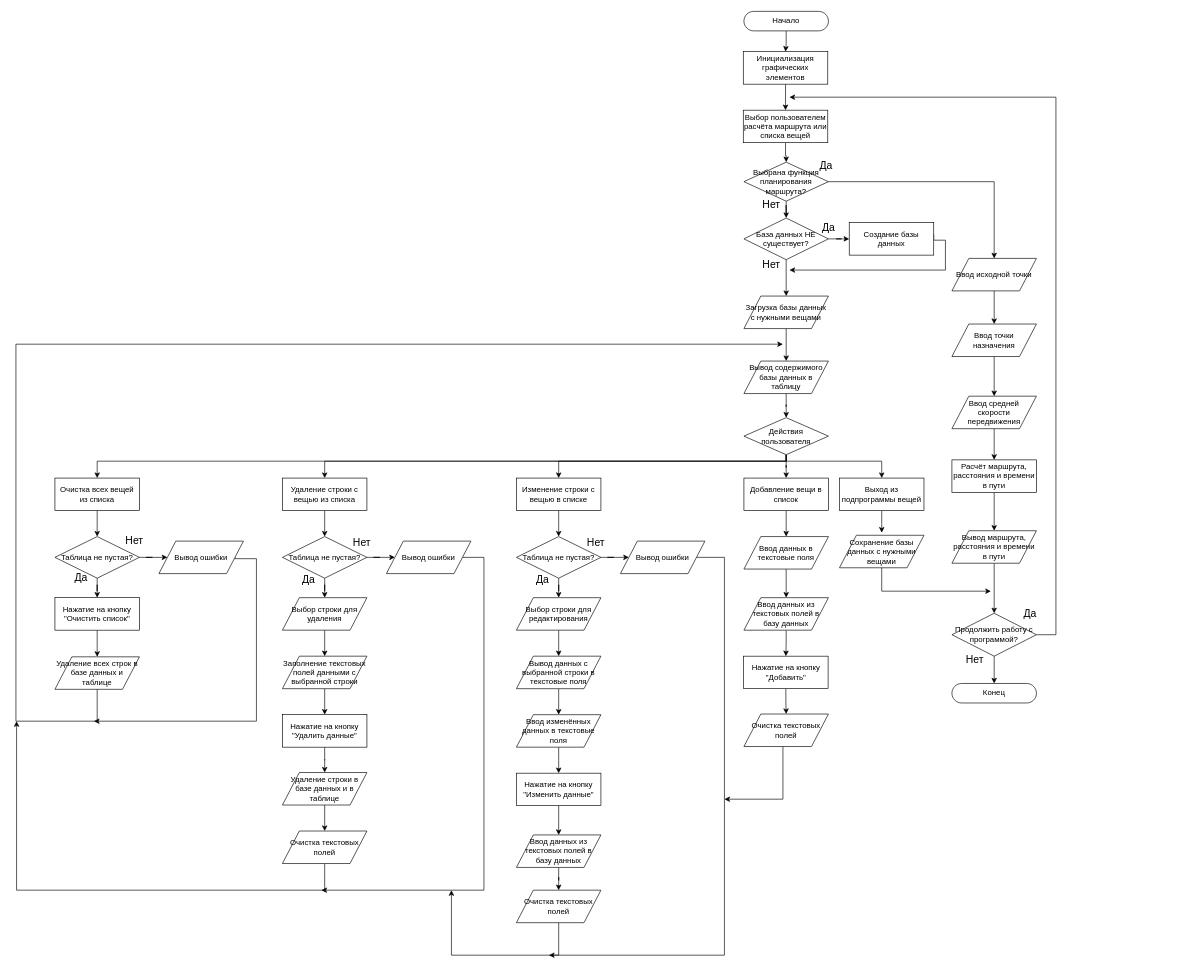
Earlier version of the draw.io diagram diagrams/TravelPlanningAppSusloparov.drawio (suslegger/PracticeTravelPlanningApp). Source tidied: cells renumbered, new cells numbered last; positions are measured from the earlier drawing's top-left corner, leaving out a move shared by most shapes. Both pictures are drawn from the tidied source at 65%, with x=0, y=0 at pixel (16, 11).
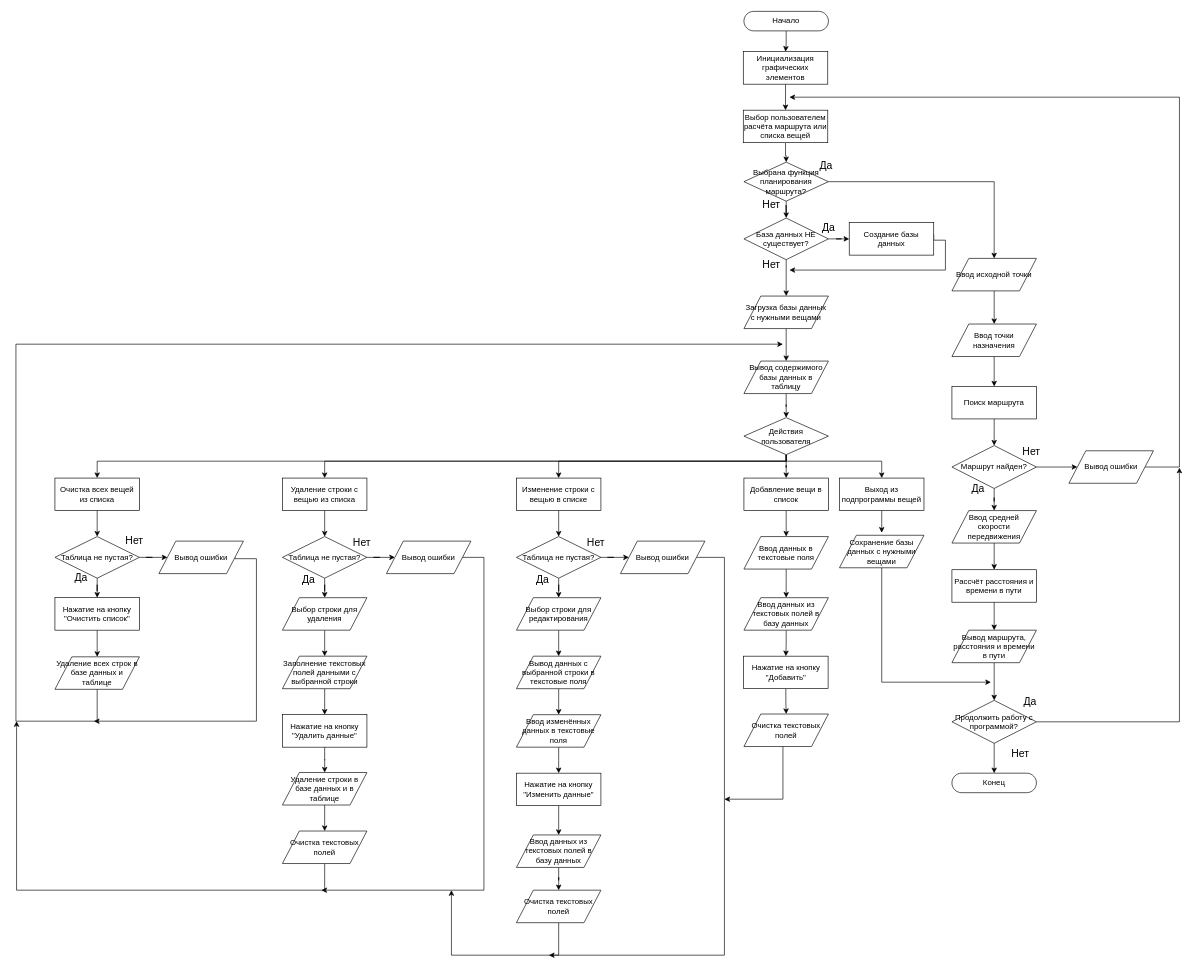
The same page after the edit.

Unchanged cells that the change refers to:
```xml
<mxCell id="7" value="Ввод точки назначения" style="shape=parallelogram;perimeter=parallelogramPerimeter;whiteSpace=wrap;html=1;dashed=0;" parent="1" vertex="1">
  <mxGeometry x="1440" y="481" width="130" height="50" as="geometry" />
</mxCell>
<mxCell id="112" value="Сохранение базы данных с нужными вещами" style="shape=parallelogram;perimeter=parallelogramPerimeter;whiteSpace=wrap;html=1;dashed=0;" parent="1" vertex="1">
  <mxGeometry x="1267" y="806" width="130" height="50" as="geometry" />
</mxCell>
```

The edit, as a diff of the source:
```diff
@@
-    <mxCell id="6" style="edgeStyle=orthogonalEdgeStyle;rounded=0;jettySize=auto;html=1;" parent="1" edge="1" source="7" target="11">
-      <mxGeometry relative="1" as="geometry" />
-    </mxCell>
+    <mxCell id="113" style="edgeStyle=orthogonalEdgeStyle;rounded=0;jettySize=auto;html=1;" parent="1" edge="1" source="7" target="13">
+      <mxGeometry relative="1" as="geometry" />
+    </mxCell>
@@
-    <mxCell id="10" style="edgeStyle=orthogonalEdgeStyle;rounded=0;jettySize=auto;html=1;" parent="1" edge="1" source="11" target="13">
-      <mxGeometry relative="1" as="geometry" />
-    </mxCell>
-    <mxCell id="11" value="Ввод средней скорости передвижения" style="shape=parallelogram;perimeter=parallelogramPerimeter;whiteSpace=wrap;html=1;dashed=0;" parent="1" vertex="1">
-      <mxGeometry x="1440" y="592" width="130" height="50" as="geometry" />
-    </mxCell>
-    <mxCell id="12" style="edgeStyle=orthogonalEdgeStyle;rounded=0;jettySize=auto;html=1;" parent="1" edge="1" source="13" target="15">
-      <mxGeometry relative="1" as="geometry" />
-    </mxCell>
+    <mxCell id="114" style="edgeStyle=orthogonalEdgeStyle;rounded=0;jettySize=auto;html=1;" parent="1" edge="1" source="13" target="119">
+      <mxGeometry relative="1" as="geometry" />
+    </mxCell>
-    <mxCell id="13" value="Расчёт маршрута, расстояния и времени в пути" style="html=1;dashed=0;whiteSpace=wrap;" parent="1" vertex="1">
-      <mxGeometry x="1440" y="690" width="130" height="50" as="geometry" />
+    <mxCell id="13" value="Поиск маршрута" style="html=1;dashed=0;whiteSpace=wrap;" parent="1" vertex="1">
+      <mxGeometry x="1440" y="577" width="130" height="50" as="geometry" />
     </mxCell>
-    <mxCell id="14" style="edgeStyle=orthogonalEdgeStyle;rounded=0;jettySize=auto;html=1;" parent="1" edge="1" source="15" target="17">
+    <mxCell id="14" style="edgeStyle=orthogonalEdgeStyle;rounded=0;jettySize=auto;html=1;entryX=0.5;entryY=0;entryDx=0;entryDy=0;" parent="1" edge="1" source="15" target="17">
       <mxGeometry relative="1" as="geometry" />
     </mxCell>
     <mxCell id="15" value="Вывод&amp;nbsp;маршрута, расстояния и времени в пути" style="shape=parallelogram;perimeter=parallelogramPerimeter;whiteSpace=wrap;html=1;dashed=0;" parent="1" vertex="1">
-      <mxGeometry x="1440" y="799" width="130" height="50" as="geometry" />
+      <mxGeometry x="1440" y="952" width="130" height="50" as="geometry" />
     </mxCell>
-    <mxCell id="16" style="edgeStyle=orthogonalEdgeStyle;rounded=0;jettySize=auto;html=1;exitX=1;exitY=0.5;exitDx=0;exitDy=0;" parent="1" edge="1" source="17">
-      <mxGeometry relative="1" as="geometry">
-        <mxPoint x="1190" y="132" as="targetPoint" />
-        <Array as="points">
-          <mxPoint x="1600" y="959" />
-          <mxPoint x="1600" y="132" />
-        </Array>
-      </mxGeometry>
-    </mxCell>
+    <mxCell id="115" style="edgeStyle=orthogonalEdgeStyle;rounded=0;jettySize=auto;html=1;" parent="1" edge="1" source="17">
+      <mxGeometry relative="1" as="geometry">
+        <mxPoint x="1790" y="702" as="targetPoint" />
+        <Array as="points">
+          <mxPoint x="1790" y="1093" />
+          <mxPoint x="1790" y="702" />
+        </Array>
+      </mxGeometry>
+    </mxCell>
     <mxCell id="17" value="Продолжить работу с программой?" style="shape=rhombus;html=1;dashed=0;whiteSpace=wrap;perimeter=rhombusPerimeter;" parent="1" vertex="1">
-      <mxGeometry x="1440" y="926" width="130" height="66" as="geometry" />
+      <mxGeometry x="1440" y="1060" width="130" height="66" as="geometry" />
     </mxCell>
     <mxCell id="18" value="Конец" style="html=1;dashed=0;whiteSpace=wrap;shape=mxgraph.dfd.start;" parent="1" vertex="1">
-      <mxGeometry x="1440" y="1034" width="130" height="30" as="geometry" />
+      <mxGeometry x="1440" y="1172" width="130" height="30" as="geometry" />
     </mxCell>
@@
-    <mxCell id="50" style="edgeStyle=orthogonalEdgeStyle;rounded=0;orthogonalLoop=1;jettySize=auto;html=1;" parent="1" edge="1">
-      <mxGeometry relative="1" as="geometry">
-        <mxPoint x="1332" y="852" as="sourcePoint" />
-        <mxPoint x="1500" y="892" as="targetPoint" />
-        <Array as="points">
-          <mxPoint x="1332" y="892" />
-        </Array>
-      </mxGeometry>
-    </mxCell>
@@
     <mxCell id="108" value="&lt;font style=&quot;font-size: 16px;&quot;&gt;Да&lt;/font&gt;" style="text;html=1;align=center;verticalAlign=middle;strokeColor=none;fillColor=none;" parent="1" vertex="1">
-      <mxGeometry x="1540" y="912" width="40" height="30" as="geometry" />
+      <mxGeometry x="1540" y="1046" width="40" height="30" as="geometry" />
     </mxCell>
-    <mxCell id="109" value="&lt;font style=&quot;font-size: 16px;&quot;&gt;Нет&lt;/font&gt;" style="text;html=1;align=center;verticalAlign=middle;strokeColor=none;fillColor=none;" parent="1" vertex="1">
-      <mxGeometry x="1450" y="982" width="50" height="30" as="geometry" />
-    </mxCell>
@@
+    <mxCell id="116" style="edgeStyle=orthogonalEdgeStyle;rounded=0;jettySize=auto;html=1;" parent="1" edge="1" source="112">
+      <mxGeometry relative="1" as="geometry">
+        <mxPoint x="1500" y="1032" as="targetPoint" />
+        <Array as="points">
+          <mxPoint x="1332" y="1032" />
+        </Array>
+      </mxGeometry>
+    </mxCell>
@@
+    <mxCell id="117" style="edgeStyle=orthogonalEdgeStyle;rounded=0;jettySize=auto;html=1;" parent="1" edge="1" source="119" target="11">
+      <mxGeometry relative="1" as="geometry" />
+    </mxCell>
+    <mxCell id="118" style="edgeStyle=orthogonalEdgeStyle;rounded=0;jettySize=auto;html=1;" parent="1" edge="1" source="119" target="127">
+      <mxGeometry relative="1" as="geometry" />
+    </mxCell>
+    <mxCell id="119" value="Маршрут найден?" style="shape=rhombus;html=1;dashed=0;whiteSpace=wrap;perimeter=rhombusPerimeter;" parent="1" vertex="1">
+      <mxGeometry x="1440" y="668" width="130" height="66" as="geometry" />
+    </mxCell>
+    <mxCell id="120" style="edgeStyle=orthogonalEdgeStyle;rounded=0;jettySize=auto;html=1;" parent="1" edge="1" source="121" target="15">
+      <mxGeometry relative="1" as="geometry" />
+    </mxCell>
+    <mxCell id="121" value="Рассчёт расстояния и времени в пути" style="html=1;dashed=0;whiteSpace=wrap;" parent="1" vertex="1">
+      <mxGeometry x="1440" y="859" width="130" height="50" as="geometry" />
+    </mxCell>
+    <mxCell id="122" style="edgeStyle=orthogonalEdgeStyle;rounded=0;jettySize=auto;html=1;" parent="1" edge="1" source="11" target="121">
+      <mxGeometry relative="1" as="geometry" />
+    </mxCell>
+    <mxCell id="11" value="Ввод средней скорости передвижения" style="shape=parallelogram;perimeter=parallelogramPerimeter;whiteSpace=wrap;html=1;dashed=0;" parent="1" vertex="1">
+      <mxGeometry x="1440" y="768" width="130" height="50" as="geometry" />
+    </mxCell>
+    <mxCell id="123" value="&lt;font style=&quot;font-size: 16px;&quot;&gt;Да&lt;/font&gt;" style="text;html=1;align=center;verticalAlign=middle;strokeColor=none;fillColor=none;" parent="1" vertex="1">
+      <mxGeometry x="1460" y="719" width="40" height="30" as="geometry" />
+    </mxCell>
+    <mxCell id="124" value="&lt;font style=&quot;font-size: 16px;&quot;&gt;Нет&lt;/font&gt;" style="text;html=1;align=center;verticalAlign=middle;strokeColor=none;fillColor=none;" parent="1" vertex="1">
+      <mxGeometry x="1537" y="662" width="50" height="30" as="geometry" />
+    </mxCell>
+    <mxCell id="125" value="&lt;font style=&quot;font-size: 16px;&quot;&gt;Нет&lt;/font&gt;" style="text;html=1;align=center;verticalAlign=middle;strokeColor=none;fillColor=none;" parent="1" vertex="1">
+      <mxGeometry x="1520" y="1126" width="50" height="30" as="geometry" />
+    </mxCell>
+    <mxCell id="126" style="edgeStyle=orthogonalEdgeStyle;rounded=0;jettySize=auto;html=1;" parent="1" edge="1" source="127">
+      <mxGeometry relative="1" as="geometry">
+        <mxPoint x="1190" y="132" as="targetPoint" />
+        <Array as="points">
+          <mxPoint x="1790" y="701" />
+          <mxPoint x="1790" y="132" />
+        </Array>
+      </mxGeometry>
+    </mxCell>
+    <mxCell id="127" value="Вывод ошибки" style="shape=parallelogram;perimeter=parallelogramPerimeter;whiteSpace=wrap;html=1;dashed=0;" parent="1" vertex="1">
+      <mxGeometry x="1620" y="676" width="130" height="50" as="geometry" />
+    </mxCell>
```
